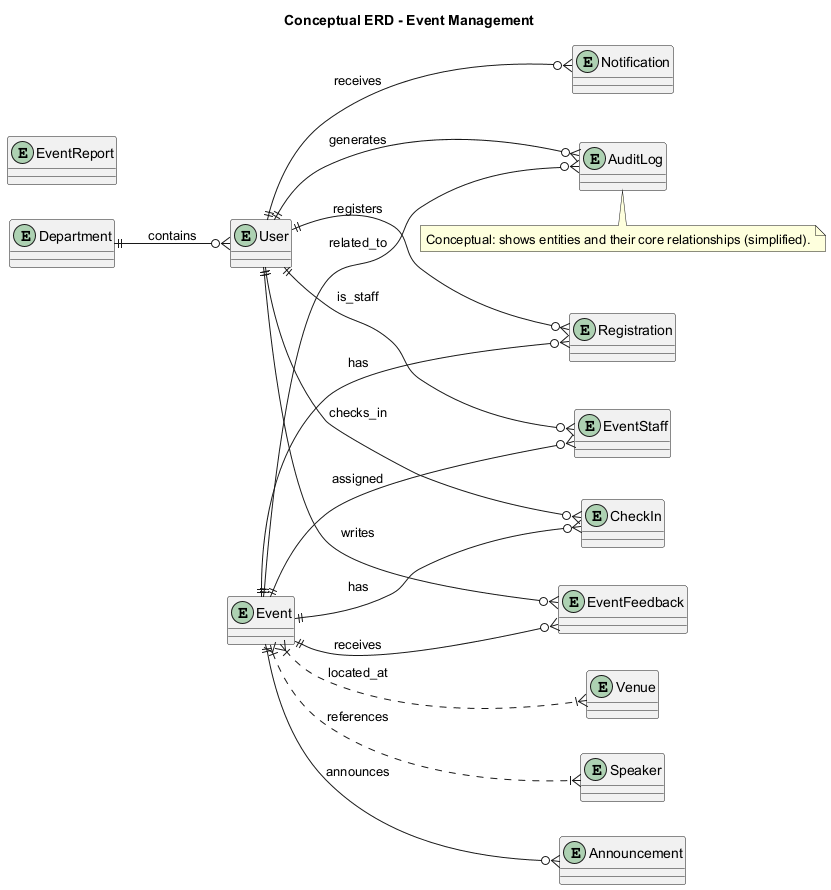
thaitranqq/Event_Management keeps this PlantUML diagram as DOCUMENTATION/diagrams/conceptual_erd.png. Above is the earlier version.
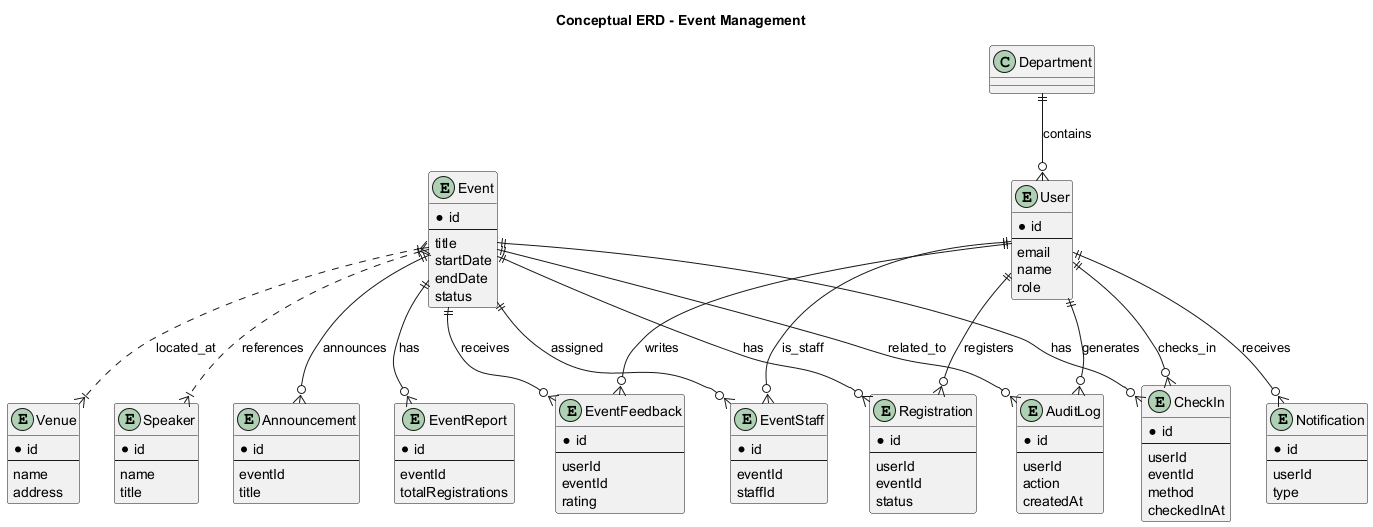
After the commit.

Commit message:
docs(diagrams): move AdminReset usecase to right and make conceptual ERD top-to-bottom with attributes

Change to the diagram source:
```diff
@@ -1,39 +1,114 @@
 @startuml
 title Conceptual ERD - Event Management
-left to right direction
+top to bottom direction
 
-entity User
-entity Event
-entity Registration
-entity CheckIn
-entity Venue
-entity Speaker
-entity EventStaff
-entity Department
-entity Notification
-entity Announcement
-entity EventReport
-entity EventFeedback
-entity AuditLog
+entity "Event" as Event {
+	* id
+	--
+	title
+	startDate
+	endDate
+	status
+}
 
+entity "Venue" as Venue {
+	* id
+	--
+	name
+	address
+}
+
+entity "Speaker" as Speaker {
+	* id
+	--
+	name
+	title
+}
+
+entity "Registration" as Registration {
+	* id
+	--
+	userId
+	eventId
+	status
+}
+
+entity "User" as User {
+	* id
+	--
+	email
+	name
+	role
+}
+
+entity "EventStaff" as EventStaff {
+	* id
+	--
+	eventId
+	staffId
+}
+
+entity "CheckIn" as CheckIn {
+	* id
+	--
+	userId
+	eventId
+	method
+	checkedInAt
+}
+
+entity "Notification" as Notification {
+	* id
+	--
+	userId
+	type
+}
+
+entity "Announcement" as Announcement {
+	* id
+	--
+	eventId
+	title
+}
+
+entity "EventFeedback" as EventFeedback {
+	* id
+	--
+	userId
+	eventId
+	rating
+}
+
+entity "EventReport" as EventReport {
+	* id
+	--
+	eventId
+	totalRegistrations
+}
+
+entity "AuditLog" as AuditLog {
+	* id
+	--
+	userId
+	action
+	createdAt
+}
+
+Event ||--o{ Registration : has
 User ||--o{ Registration : registers
-Event ||--o{ Registration : has
-User ||--o{ CheckIn : checks_in
-Event ||--o{ CheckIn : has
 Event }|..|{ Speaker : references
 Event }|..|{ Venue : located_at
 Event ||--o{ EventStaff : assigned
 User ||--o{ EventStaff : is_staff
+Event ||--o{ CheckIn : has
+User ||--o{ CheckIn : checks_in
+Event ||--o{ Announcement : announces
 User ||--o{ Notification : receives
-Event ||--o{ Announcement : announces
 Event ||--o{ EventFeedback : receives
 User ||--o{ EventFeedback : writes
+Event ||--o{ EventReport : has
 User ||--o{ AuditLog : generates
 Event ||--o{ AuditLog : related_to
 Department ||--o{ User : contains
 
-note bottom
-	Conceptual: shows entities and their core relationships (simplified).
-end note
-
 @enduml
```
